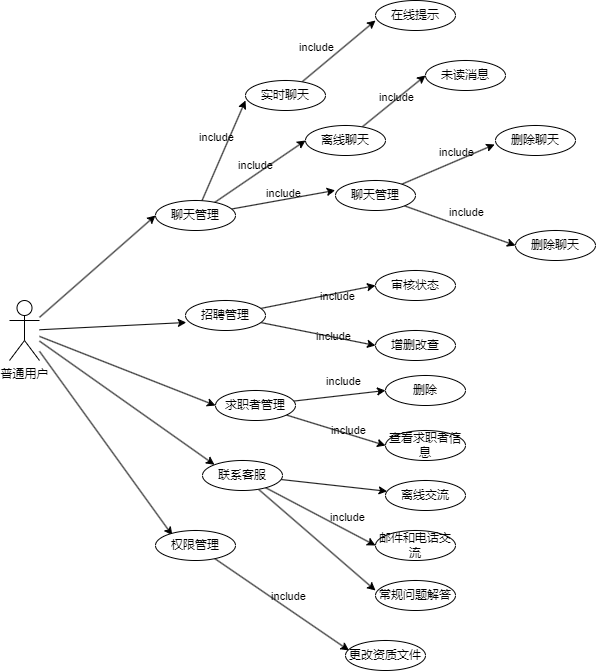
This is 论文/image/招聘用户.png from yueyv/dissertation, a draw.io export, as it was before one commit. Source tidied: cells renumbered, new cells last; positions are measured from the earlier drawing's top-left corner, leaving out a move shared by most shapes. Source of this version:
```xml
<mxGraphModel>
  <root>
    <mxCell id="0" />
    <mxCell id="1" parent="0" />
    <mxCell id="2" style="edgeStyle=none;html=1;entryX=0;entryY=0.5;entryDx=0;entryDy=0;labelBackgroundColor=none;" parent="1" edge="1" source="7" target="11">
      <mxGeometry relative="1" as="geometry" />
    </mxCell>
    <mxCell id="3" style="edgeStyle=none;html=1;entryX=0.01;entryY=0.733;entryDx=0;entryDy=0;labelBackgroundColor=none;entryPerimeter=0;" parent="1" edge="1" source="7" target="54">
      <mxGeometry relative="1" as="geometry" />
    </mxCell>
    <mxCell id="4" style="edgeStyle=none;html=1;entryX=0;entryY=0.5;entryDx=0;entryDy=0;labelBackgroundColor=none;" parent="1" edge="1" source="7" target="14">
      <mxGeometry relative="1" as="geometry" />
    </mxCell>
    <mxCell id="5" style="edgeStyle=none;html=1;entryX=0;entryY=0;entryDx=0;entryDy=0;" parent="1" edge="1" source="7" target="18">
      <mxGeometry relative="1" as="geometry" />
    </mxCell>
    <mxCell id="6" style="edgeStyle=none;html=1;entryX=0.21;entryY=0.16;entryDx=0;entryDy=0;entryPerimeter=0;" parent="1" edge="1" source="7" target="20">
      <mxGeometry relative="1" as="geometry" />
    </mxCell>
    <mxCell id="7" value="普通用户" style="shape=umlActor;verticalLabelPosition=bottom;verticalAlign=top;html=1;outlineConnect=0;labelBackgroundColor=none;" parent="1" vertex="1">
      <mxGeometry y="365" width="30" height="60" as="geometry" />
    </mxCell>
    <mxCell id="8" style="edgeStyle=none;html=1;entryX=0;entryY=0.667;entryDx=0;entryDy=0;entryPerimeter=0;labelBackgroundColor=none;" parent="1" edge="1" source="11" target="26">
      <mxGeometry relative="1" as="geometry" />
    </mxCell>
    <mxCell id="9" style="edgeStyle=none;html=1;entryX=0;entryY=0.5;entryDx=0;entryDy=0;labelBackgroundColor=none;" parent="1" edge="1" source="11" target="28">
      <mxGeometry relative="1" as="geometry" />
    </mxCell>
    <mxCell id="10" style="edgeStyle=none;html=1;entryX=-0.004;entryY=0.329;entryDx=0;entryDy=0;entryPerimeter=0;labelBackgroundColor=none;" parent="1" edge="1" source="11" target="31">
      <mxGeometry relative="1" as="geometry" />
    </mxCell>
    <mxCell id="11" value="聊天管理" style="ellipse;whiteSpace=wrap;html=1;labelBackgroundColor=none;" parent="1" vertex="1">
      <mxGeometry x="146" y="265" width="80" height="30" as="geometry" />
    </mxCell>
    <mxCell id="12" style="edgeStyle=none;html=1;entryX=0;entryY=0.5;entryDx=0;entryDy=0;labelBackgroundColor=none;" parent="1" edge="1" source="14" target="41">
      <mxGeometry relative="1" as="geometry" />
    </mxCell>
    <mxCell id="13" style="edgeStyle=none;html=1;entryX=0;entryY=0.5;entryDx=0;entryDy=0;labelBackgroundColor=none;" parent="1" edge="1" source="14" target="42">
      <mxGeometry relative="1" as="geometry" />
    </mxCell>
    <mxCell id="14" value="求职者管理" style="ellipse;whiteSpace=wrap;html=1;labelBackgroundColor=none;" parent="1" vertex="1">
      <mxGeometry x="206" y="455" width="80" height="30" as="geometry" />
    </mxCell>
    <mxCell id="15" style="edgeStyle=none;html=1;" parent="1" edge="1" source="18" target="45">
      <mxGeometry relative="1" as="geometry" />
    </mxCell>
    <mxCell id="16" style="edgeStyle=none;html=1;entryX=0;entryY=0.5;entryDx=0;entryDy=0;" parent="1" edge="1" source="18" target="46">
      <mxGeometry relative="1" as="geometry" />
    </mxCell>
    <mxCell id="17" style="edgeStyle=none;html=1;entryX=0;entryY=0.333;entryDx=0;entryDy=0;entryPerimeter=0;" parent="1" edge="1" source="18" target="47">
      <mxGeometry relative="1" as="geometry" />
    </mxCell>
    <mxCell id="18" value="联系客服" style="ellipse;whiteSpace=wrap;html=1;labelBackgroundColor=none;" parent="1" vertex="1">
      <mxGeometry x="193" y="525" width="80" height="30" as="geometry" />
    </mxCell>
    <mxCell id="19" style="edgeStyle=none;html=1;entryX=0.044;entryY=0.332;entryDx=0;entryDy=0;entryPerimeter=0;" parent="1" edge="1" source="20" target="48">
      <mxGeometry relative="1" as="geometry" />
    </mxCell>
    <mxCell id="20" value="权限管理" style="ellipse;whiteSpace=wrap;html=1;labelBackgroundColor=none;" parent="1" vertex="1">
      <mxGeometry x="146" y="595" width="80" height="30" as="geometry" />
    </mxCell>
    <mxCell id="21" style="endArrow=classic;html=1;entryX=0.5;entryY=1;entryDx=0;entryDy=0;exitX=0.625;exitY=0;exitDx=0;exitDy=0;exitPerimeter=0;labelBackgroundColor=none;" parent="1" edge="1" target="x">
      <mxGeometry relative="1" as="geometry">
        <mxPoint x="149" y="45" as="sourcePoint" />
      </mxGeometry>
    </mxCell>
    <mxCell id="22" style="endArrow=classic;html=1;entryX=0;entryY=1;entryDx=0;entryDy=0;exitX=0.75;exitY=0.1;exitDx=0;exitDy=0;exitPerimeter=0;labelBackgroundColor=none;" parent="1" edge="1" target="x">
      <mxGeometry relative="1" as="geometry">
        <mxPoint x="159" y="48" as="sourcePoint" />
      </mxGeometry>
    </mxCell>
    <mxCell id="23" value="include" style="edgeLabel;html=1;align=center;verticalAlign=middle;labelBackgroundColor=none;" parent="22" vertex="1">
      <mxGeometry relative="1" as="geometry" />
    </mxCell>
    <mxCell id="24" style="endArrow=classic;html=1;entryX=0;entryY=1;entryDx=0;entryDy=0;exitX=0.5;exitY=0;exitDx=0;exitDy=0;labelBackgroundColor=none;" parent="1" edge="1" source="x">
      <mxGeometry relative="1" as="geometry">
        <mxPoint x="283.9" y="0.3" as="targetPoint" />
      </mxGeometry>
    </mxCell>
    <mxCell id="25" style="edgeStyle=none;html=1;entryX=0;entryY=0.667;entryDx=0;entryDy=0;entryPerimeter=0;labelBackgroundColor=none;" parent="1" edge="1" source="26" target="36">
      <mxGeometry relative="1" as="geometry" />
    </mxCell>
    <mxCell id="26" value="实时聊天" style="ellipse;whiteSpace=wrap;html=1;labelBackgroundColor=none;" parent="1" vertex="1">
      <mxGeometry x="236" y="145" width="80" height="30" as="geometry" />
    </mxCell>
    <mxCell id="27" style="edgeStyle=none;html=1;entryX=0;entryY=0.5;entryDx=0;entryDy=0;labelBackgroundColor=none;" parent="1" edge="1" source="28" target="35">
      <mxGeometry relative="1" as="geometry" />
    </mxCell>
    <mxCell id="28" value="离线聊天" style="ellipse;whiteSpace=wrap;html=1;labelBackgroundColor=none;" parent="1" vertex="1">
      <mxGeometry x="296" y="190" width="80" height="30" as="geometry" />
    </mxCell>
    <mxCell id="29" style="edgeStyle=none;html=1;entryX=-0.011;entryY=0.633;entryDx=0;entryDy=0;entryPerimeter=0;labelBackgroundColor=none;" parent="1" edge="1" source="31" target="39">
      <mxGeometry relative="1" as="geometry" />
    </mxCell>
    <mxCell id="30" style="edgeStyle=none;html=1;entryX=0;entryY=0.5;entryDx=0;entryDy=0;labelBackgroundColor=none;" parent="1" edge="1" source="31" target="43">
      <mxGeometry relative="1" as="geometry" />
    </mxCell>
    <mxCell id="31" value="聊天管理" style="ellipse;whiteSpace=wrap;html=1;labelBackgroundColor=none;" parent="1" vertex="1">
      <mxGeometry x="326" y="245" width="80" height="30" as="geometry" />
    </mxCell>
    <mxCell id="32" value="include" style="edgeLabel;html=1;align=center;verticalAlign=middle;labelBackgroundColor=none;" parent="1" vertex="1">
      <mxGeometry x="206" y="205" as="geometry">
        <mxPoint x="1" y="-3" as="offset" />
      </mxGeometry>
    </mxCell>
    <mxCell id="33" value="include" style="edgeLabel;html=1;align=center;verticalAlign=middle;labelBackgroundColor=none;" parent="1" vertex="1">
      <mxGeometry x="246" y="230" as="geometry" />
    </mxCell>
    <mxCell id="34" value="include" style="edgeLabel;html=1;align=center;verticalAlign=middle;labelBackgroundColor=none;" parent="1" vertex="1">
      <mxGeometry x="276" y="260" as="geometry">
        <mxPoint x="-2" y="-2" as="offset" />
      </mxGeometry>
    </mxCell>
    <mxCell id="35" value="未读消息" style="ellipse;whiteSpace=wrap;html=1;labelBackgroundColor=none;" parent="1" vertex="1">
      <mxGeometry x="416" y="125" width="80" height="30" as="geometry" />
    </mxCell>
    <mxCell id="36" value="在线提示" style="ellipse;whiteSpace=wrap;html=1;labelBackgroundColor=none;" parent="1" vertex="1">
      <mxGeometry x="366" y="65" width="80" height="30" as="geometry" />
    </mxCell>
    <mxCell id="37" value="include" style="edgeLabel;html=1;align=center;verticalAlign=middle;labelBackgroundColor=none;" parent="1" vertex="1">
      <mxGeometry x="306" y="115" as="geometry">
        <mxPoint x="1" y="-3" as="offset" />
      </mxGeometry>
    </mxCell>
    <mxCell id="38" value="include" style="edgeLabel;html=1;align=center;verticalAlign=middle;labelBackgroundColor=none;" parent="1" vertex="1">
      <mxGeometry x="386" y="165" as="geometry">
        <mxPoint x="1" y="-3" as="offset" />
      </mxGeometry>
    </mxCell>
    <mxCell id="39" value="删除聊天" style="ellipse;whiteSpace=wrap;html=1;labelBackgroundColor=none;" parent="1" vertex="1">
      <mxGeometry x="486" y="190" width="80" height="30" as="geometry" />
    </mxCell>
    <mxCell id="40" value="include" style="edgeLabel;html=1;align=center;verticalAlign=middle;labelBackgroundColor=none;" parent="1" vertex="1">
      <mxGeometry x="446" y="220" as="geometry">
        <mxPoint x="1" y="-3" as="offset" />
      </mxGeometry>
    </mxCell>
    <mxCell id="41" value="删除" style="ellipse;whiteSpace=wrap;html=1;labelBackgroundColor=none;" parent="1" vertex="1">
      <mxGeometry x="376" y="440" width="80" height="30" as="geometry" />
    </mxCell>
    <mxCell id="42" value="查看求职者信息" style="ellipse;whiteSpace=wrap;html=1;labelBackgroundColor=none;" parent="1" vertex="1">
      <mxGeometry x="376" y="495" width="80" height="30" as="geometry" />
    </mxCell>
    <mxCell id="43" value="删除聊天" style="ellipse;whiteSpace=wrap;html=1;labelBackgroundColor=none;" parent="1" vertex="1">
      <mxGeometry x="506" y="295" width="80" height="30" as="geometry" />
    </mxCell>
    <mxCell id="44" value="include" style="edgeLabel;html=1;align=center;verticalAlign=middle;labelBackgroundColor=none;" parent="1" vertex="1">
      <mxGeometry x="456" y="280" as="geometry">
        <mxPoint x="1" y="-3" as="offset" />
      </mxGeometry>
    </mxCell>
    <mxCell id="45" value="离线交流" style="ellipse;whiteSpace=wrap;html=1;labelBackgroundColor=none;" parent="1" vertex="1">
      <mxGeometry x="376" y="545" width="80" height="30" as="geometry" />
    </mxCell>
    <mxCell id="46" value="邮件和电话交流" style="ellipse;whiteSpace=wrap;html=1;labelBackgroundColor=none;" parent="1" vertex="1">
      <mxGeometry x="366" y="595" width="80" height="30" as="geometry" />
    </mxCell>
    <mxCell id="47" value="常规问题解答" style="ellipse;whiteSpace=wrap;html=1;labelBackgroundColor=none;" parent="1" vertex="1">
      <mxGeometry x="366" y="645" width="80" height="30" as="geometry" />
    </mxCell>
    <mxCell id="48" value="更改资质文件" style="ellipse;whiteSpace=wrap;html=1;labelBackgroundColor=none;" parent="1" vertex="1">
      <mxGeometry x="336" y="705" width="80" height="30" as="geometry" />
    </mxCell>
    <mxCell id="49" value="include" style="edgeLabel;html=1;align=center;verticalAlign=middle;labelBackgroundColor=none;" parent="1" vertex="1">
      <mxGeometry x="339" y="495" as="geometry" />
    </mxCell>
    <mxCell id="50" value="include" style="edgeLabel;html=1;align=center;verticalAlign=middle;labelBackgroundColor=none;" parent="1" vertex="1">
      <mxGeometry x="396" y="470" as="geometry">
        <mxPoint x="-58" y="112" as="offset" />
      </mxGeometry>
    </mxCell>
    <mxCell id="51" value="include" style="edgeLabel;html=1;align=center;verticalAlign=middle;labelBackgroundColor=none;" parent="1" vertex="1">
      <mxGeometry x="436" y="475" as="geometry">
        <mxPoint x="-157" y="186" as="offset" />
      </mxGeometry>
    </mxCell>
    <mxCell id="52" style="edgeStyle=none;html=1;entryX=0;entryY=0.5;entryDx=0;entryDy=0;" parent="1" edge="1" source="54" target="55">
      <mxGeometry relative="1" as="geometry" />
    </mxCell>
    <mxCell id="53" style="edgeStyle=none;html=1;entryX=0;entryY=0.5;entryDx=0;entryDy=0;" parent="1" edge="1" source="54" target="56">
      <mxGeometry relative="1" as="geometry" />
    </mxCell>
    <mxCell id="54" value="招聘管理" style="ellipse;whiteSpace=wrap;html=1;labelBackgroundColor=none;" parent="1" vertex="1">
      <mxGeometry x="176" y="365" width="80" height="30" as="geometry" />
    </mxCell>
    <mxCell id="55" value="审核状态" style="ellipse;whiteSpace=wrap;html=1;labelBackgroundColor=none;" parent="1" vertex="1">
      <mxGeometry x="366" y="335" width="80" height="30" as="geometry" />
    </mxCell>
    <mxCell id="56" value="增删改查" style="ellipse;whiteSpace=wrap;html=1;labelBackgroundColor=none;" parent="1" vertex="1">
      <mxGeometry x="366" y="395" width="80" height="30" as="geometry" />
    </mxCell>
    <mxCell id="57" value="include" style="edgeLabel;html=1;align=center;verticalAlign=middle;labelBackgroundColor=none;" parent="1" vertex="1">
      <mxGeometry x="356" y="300" as="geometry">
        <mxPoint x="-28" y="61" as="offset" />
      </mxGeometry>
    </mxCell>
    <mxCell id="58" value="include" style="edgeLabel;html=1;align=center;verticalAlign=middle;labelBackgroundColor=none;" parent="1" vertex="1">
      <mxGeometry x="366" y="320" as="geometry">
        <mxPoint x="-42" y="81" as="offset" />
      </mxGeometry>
    </mxCell>
    <mxCell id="59" value="include" style="edgeLabel;html=1;align=center;verticalAlign=middle;labelBackgroundColor=none;" parent="1" vertex="1">
      <mxGeometry x="376" y="365" as="geometry">
        <mxPoint x="-42" y="81" as="offset" />
      </mxGeometry>
    </mxCell>
  </root>
</mxGraphModel>
```
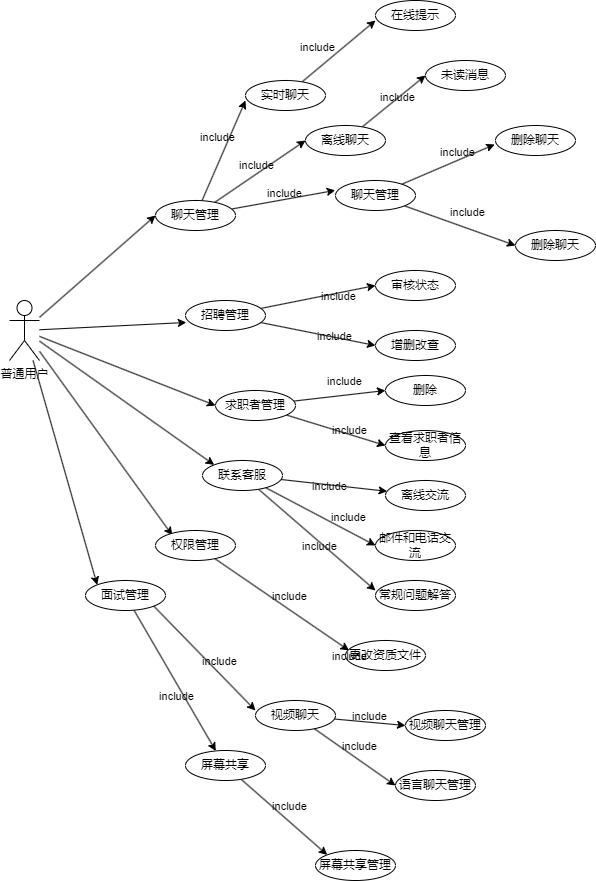
After the change.

Diff of the diagram source:
```diff
@@ -17,6 +17,9 @@
     <mxCell id="6" style="edgeStyle=none;html=1;entryX=0.21;entryY=0.16;entryDx=0;entryDy=0;entryPerimeter=0;" parent="1" edge="1" source="7" target="20">
       <mxGeometry relative="1" as="geometry" />
     </mxCell>
+    <mxCell id="60" style="edgeStyle=none;html=1;entryX=0;entryY=0;entryDx=0;entryDy=0;" parent="1" edge="1" source="7" target="62">
+      <mxGeometry relative="1" as="geometry" />
+    </mxCell>
     <mxCell id="7" value="普通用户" style="shape=umlActor;verticalLabelPosition=bottom;verticalAlign=top;html=1;outlineConnect=0;labelBackgroundColor=none;" parent="1" vertex="1">
       <mxGeometry y="365" width="30" height="60" as="geometry" />
     </mxCell>
@@ -59,24 +62,6 @@
     <mxCell id="20" value="权限管理" style="ellipse;whiteSpace=wrap;html=1;labelBackgroundColor=none;" parent="1" vertex="1">
       <mxGeometry x="146" y="595" width="80" height="30" as="geometry" />
     </mxCell>
-    <mxCell id="21" style="endArrow=classic;html=1;entryX=0.5;entryY=1;entryDx=0;entryDy=0;exitX=0.625;exitY=0;exitDx=0;exitDy=0;exitPerimeter=0;labelBackgroundColor=none;" parent="1" edge="1" target="x">
-      <mxGeometry relative="1" as="geometry">
-        <mxPoint x="149" y="45" as="sourcePoint" />
-      </mxGeometry>
-    </mxCell>
-    <mxCell id="22" style="endArrow=classic;html=1;entryX=0;entryY=1;entryDx=0;entryDy=0;exitX=0.75;exitY=0.1;exitDx=0;exitDy=0;exitPerimeter=0;labelBackgroundColor=none;" parent="1" edge="1" target="x">
-      <mxGeometry relative="1" as="geometry">
-        <mxPoint x="159" y="48" as="sourcePoint" />
-      </mxGeometry>
-    </mxCell>
-    <mxCell id="23" value="include" style="edgeLabel;html=1;align=center;verticalAlign=middle;labelBackgroundColor=none;" parent="22" vertex="1">
-      <mxGeometry relative="1" as="geometry" />
-    </mxCell>
-    <mxCell id="24" style="endArrow=classic;html=1;entryX=0;entryY=1;entryDx=0;entryDy=0;exitX=0.5;exitY=0;exitDx=0;exitDy=0;labelBackgroundColor=none;" parent="1" edge="1" source="x">
-      <mxGeometry relative="1" as="geometry">
-        <mxPoint x="283.9" y="0.3" as="targetPoint" />
-      </mxGeometry>
-    </mxCell>
     <mxCell id="25" style="edgeStyle=none;html=1;entryX=0;entryY=0.667;entryDx=0;entryDy=0;entryPerimeter=0;labelBackgroundColor=none;" parent="1" edge="1" source="26" target="36">
       <mxGeometry relative="1" as="geometry" />
     </mxCell>
@@ -204,5 +189,82 @@
         <mxPoint x="-42" y="81" as="offset" />
       </mxGeometry>
     </mxCell>
+    <mxCell id="61" style="edgeStyle=none;html=1;" parent="1" edge="1" source="62">
+      <mxGeometry relative="1" as="geometry">
+        <mxPoint x="206.3" y="815.4" as="targetPoint" />
+      </mxGeometry>
+    </mxCell>
+    <mxCell id="62" value="面试管理" style="ellipse;whiteSpace=wrap;html=1;labelBackgroundColor=none;" parent="1" vertex="1">
+      <mxGeometry x="76" y="645" width="80" height="30" as="geometry" />
+    </mxCell>
+    <mxCell id="63" style="edgeStyle=none;html=1;entryX=0;entryY=0.5;entryDx=0;entryDy=0;" parent="1" edge="1" source="70" target="68">
+      <mxGeometry relative="1" as="geometry" />
+    </mxCell>
+    <mxCell id="64" style="edgeStyle=none;html=1;entryX=0;entryY=0.5;entryDx=0;entryDy=0;" parent="1" edge="1" source="70" target="69">
+      <mxGeometry relative="1" as="geometry" />
+    </mxCell>
+    <mxCell id="65" style="edgeStyle=none;html=1;entryX=0;entryY=0;entryDx=0;entryDy=0;" parent="1" edge="1" source="66" target="67">
+      <mxGeometry relative="1" as="geometry" />
+    </mxCell>
+    <mxCell id="66" value="屏幕共享" style="ellipse;whiteSpace=wrap;html=1;labelBackgroundColor=none;" parent="1" vertex="1">
+      <mxGeometry x="176" y="815" width="80" height="30" as="geometry" />
+    </mxCell>
+    <mxCell id="67" value="屏幕共享管理" style="ellipse;whiteSpace=wrap;html=1;labelBackgroundColor=none;" parent="1" vertex="1">
+      <mxGeometry x="306" y="915" width="80" height="30" as="geometry" />
+    </mxCell>
+    <mxCell id="68" value="视频聊天管理" style="ellipse;whiteSpace=wrap;html=1;labelBackgroundColor=none;" parent="1" vertex="1">
+      <mxGeometry x="396" y="775" width="80" height="30" as="geometry" />
+    </mxCell>
+    <mxCell id="69" value="语言聊天管理" style="ellipse;whiteSpace=wrap;html=1;labelBackgroundColor=none;" parent="1" vertex="1">
+      <mxGeometry x="386" y="835" width="80" height="30" as="geometry" />
+    </mxCell>
+    <mxCell id="70" value="视频聊天" style="ellipse;whiteSpace=wrap;html=1;labelBackgroundColor=none;" parent="1" vertex="1">
+      <mxGeometry x="246" y="765" width="80" height="30" as="geometry" />
+    </mxCell>
+    <mxCell id="71" style="edgeStyle=none;html=1;exitX=1;exitY=1;exitDx=0;exitDy=0;" parent="1" edge="1" source="62">
+      <mxGeometry relative="1" as="geometry">
+        <mxPoint x="246" y="775" as="targetPoint" />
+      </mxGeometry>
+    </mxCell>
+    <mxCell id="72" value="include" style="edgeLabel;html=1;align=center;verticalAlign=middle;labelBackgroundColor=none;" parent="1" vertex="1">
+      <mxGeometry x="323" y="575" as="geometry">
+        <mxPoint x="-157" y="186" as="offset" />
+      </mxGeometry>
+    </mxCell>
+    <mxCell id="73" value="include" style="edgeLabel;html=1;align=center;verticalAlign=middle;labelBackgroundColor=none;" parent="1" vertex="1">
+      <mxGeometry x="466" y="425" as="geometry">
+        <mxPoint x="-157" y="186" as="offset" />
+      </mxGeometry>
+    </mxCell>
+    <mxCell id="74" value="include" style="edgeLabel;html=1;align=center;verticalAlign=middle;labelBackgroundColor=none;" parent="1" vertex="1">
+      <mxGeometry x="476" y="365" as="geometry">
+        <mxPoint x="-157" y="186" as="offset" />
+      </mxGeometry>
+    </mxCell>
+    <mxCell id="75" value="include" style="edgeLabel;html=1;align=center;verticalAlign=middle;labelBackgroundColor=none;" parent="1" vertex="1">
+      <mxGeometry x="366" y="540" as="geometry">
+        <mxPoint x="-157" y="186" as="offset" />
+      </mxGeometry>
+    </mxCell>
+    <mxCell id="76" value="include" style="edgeLabel;html=1;align=center;verticalAlign=middle;labelBackgroundColor=none;" parent="1" vertex="1">
+      <mxGeometry x="516" y="595" as="geometry">
+        <mxPoint x="-157" y="186" as="offset" />
+      </mxGeometry>
+    </mxCell>
+    <mxCell id="77" value="include" style="edgeLabel;html=1;align=center;verticalAlign=middle;labelBackgroundColor=none;" parent="1" vertex="1">
+      <mxGeometry x="506" y="625" as="geometry">
+        <mxPoint x="-157" y="186" as="offset" />
+      </mxGeometry>
+    </mxCell>
+    <mxCell id="78" value="include" style="edgeLabel;html=1;align=center;verticalAlign=middle;labelBackgroundColor=none;" parent="1" vertex="1">
+      <mxGeometry x="496" y="535" as="geometry">
+        <mxPoint x="-157" y="186" as="offset" />
+      </mxGeometry>
+    </mxCell>
+    <mxCell id="79" value="include" style="edgeLabel;html=1;align=center;verticalAlign=middle;labelBackgroundColor=none;" parent="1" vertex="1">
+      <mxGeometry x="436" y="685" as="geometry">
+        <mxPoint x="-157" y="186" as="offset" />
+      </mxGeometry>
+    </mxCell>
   </root>
 </mxGraphModel>
```
